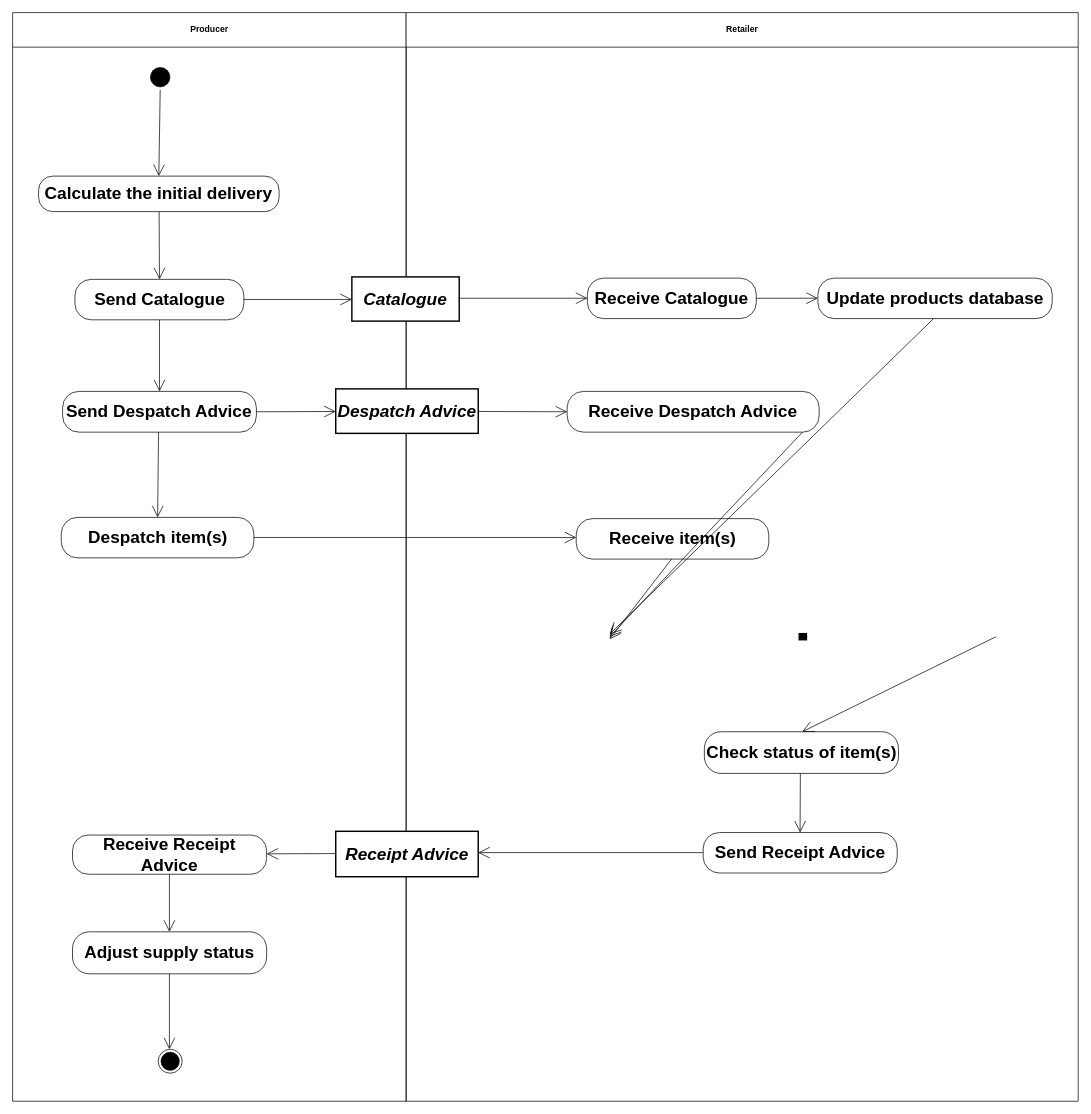
This is diagrams/UBL-2.2-VMI-InitialStocking/UBL-2.2-VMI-InitialStocking.drawio from kduvekot/ubl-work-on-svg-images, a draw.io file, before an edit. Source tidied: cells renumbered, new cells numbered last; positions are measured from the earlier drawing's top-left corner, leaving out a move shared by most shapes. Both pictures are drawn from the tidied source at 72%, with x=0, y=0 at pixel (12, 12).
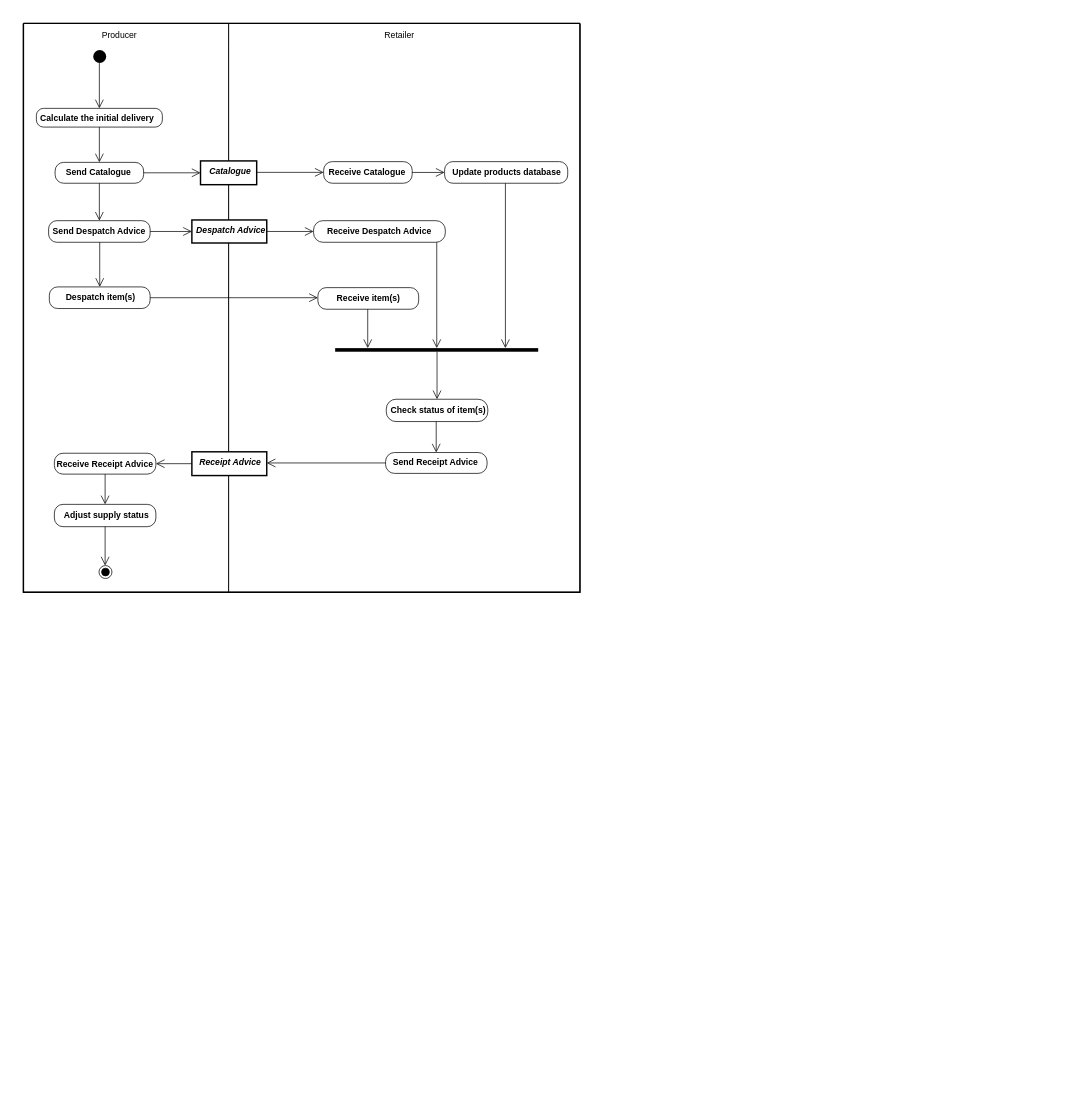
The same page after the edit.

Diff of the diagram source:
```diff
@@
+    <mxCell id="41" style="swimlane;html=1;startSize=0;whiteSpace=wrap;fillColor=none;strokeWidth=2;" parent="1" vertex="1">
+      <mxGeometry x="15" y="15" width="773" height="790" as="geometry" />
+    </mxCell>
-    <mxCell id="2" value="Producer" style="swimlane;whiteSpace=wrap;html=1;startSize=48;" parent="1" vertex="1">
-      <mxGeometry width="546.6" height="1512" as="geometry" />
+    <mxCell id="2" value="Producer" style="swimlane;horizontal=1;startSize=33;swimlaneLine=0;html=1;fillColor=none;fontSize=12;fontStyle=0;spacing=0;spacingRight=20;" parent="41" vertex="1">
+      <mxGeometry width="285" height="790" as="geometry" />
     </mxCell>
-    <mxCell id="3" value="Retailer" style="swimlane;whiteSpace=wrap;html=1;startSize=48;" parent="1" vertex="1">
-      <mxGeometry x="546.6" width="933.4" height="1512" as="geometry" />
+    <mxCell id="3" value="Retailer" style="swimlane;horizontal=1;startSize=34;swimlaneLine=0;html=1;fillColor=none;fontSize=12;fontStyle=0;spacing=0;spacingRight=14;" parent="41" vertex="1">
+      <mxGeometry x="285" width="488" height="790" as="geometry" />
     </mxCell>
-    <mxCell id="4" style="ellipse;html=1;shape=startState;fillColor=#000000;strokeColor=#000000;fontFamily=Helvetica;fontSize=24;" parent="1" vertex="1">
-      <mxGeometry x="187.5" y="72.2" width="35" height="35" as="geometry" />
+    <mxCell id="4" style="ellipse;shape=startState;fillColor=#000000;strokeColor=none;html=1;" parent="2" vertex="1">
+      <mxGeometry x="93" y="33" width="26" height="26" as="geometry" />
     </mxCell>
-    <mxCell id="5" value="Calculate the initial delivery" style="rounded=1;arcSize=40;whiteSpace=wrap;html=1;fontStyle=1;fontFamily=Helvetica;fontSize=24;" parent="1" vertex="1">
-      <mxGeometry x="36.1" y="227.1" width="334" height="49.3" as="geometry" />
+    <mxCell id="5" value="Calculate the initial delivery" style="rounded=1;absoluteArcSize=1;arcSize=20;html=1;whiteSpace=nowrap;fontSize=12;fontStyle=1;align=center;verticalAlign=middle;spacing=0;spacingRight=7;spacingTop=2;" parent="2" vertex="1">
+      <mxGeometry x="18" y="118" width="175" height="26" as="geometry" />
     </mxCell>
-    <mxCell id="6" value="Catalogue" style="rounded=0;whiteSpace=wrap;html=1;fontStyle=3;strokeWidth=2;fontFamily=Helvetica;fontSize=24;" parent="1" vertex="1">
-      <mxGeometry x="471.2" y="367.1" width="149.1" height="61.4" as="geometry" />
+    <mxCell id="6" value="Catalogue" style="rounded=0;html=1;whiteSpace=nowrap;fontSize=12;fontStyle=3;align=center;verticalAlign=middle;spacing=0;spacingLeft=3;spacingBottom=3;strokeWidth=2;" parent="3" vertex="1">
+      <mxGeometry x="-39" y="191" width="78" height="33" as="geometry" />
     </mxCell>
-    <mxCell id="7" value="Receive Catalogue" style="rounded=1;arcSize=40;whiteSpace=wrap;html=1;fontStyle=1;fontFamily=Helvetica;fontSize=24;" parent="1" vertex="1">
-      <mxGeometry x="798.3" y="368.8" width="234.6" height="56.2" as="geometry" />
+    <mxCell id="7" value="Receive Catalogue" style="rounded=1;absoluteArcSize=1;arcSize=24;html=1;whiteSpace=nowrap;fontSize=12;fontStyle=1;align=center;verticalAlign=middle;spacing=0;spacingRight=4;spacingBottom=1;" parent="3" vertex="1">
+      <mxGeometry x="132" y="192" width="123" height="30" as="geometry" />
     </mxCell>
-    <mxCell id="8" value="Update products database" style="rounded=1;arcSize=40;whiteSpace=wrap;html=1;fontStyle=1;fontFamily=Helvetica;fontSize=24;" parent="1" vertex="1">
-      <mxGeometry x="1118.5" y="368.8" width="325.4" height="56.2" as="geometry" />
+    <mxCell id="8" value="Update products database" style="rounded=1;absoluteArcSize=1;arcSize=23;html=1;whiteSpace=nowrap;fontSize=12;fontStyle=1;align=center;verticalAlign=middle;spacing=0;spacingBottom=1;" parent="3" vertex="1">
+      <mxGeometry x="300" y="192" width="171" height="30" as="geometry" />
     </mxCell>
-    <mxCell id="9" value="Send Catalogue" style="rounded=1;arcSize=40;whiteSpace=wrap;html=1;fontStyle=1;fontFamily=Helvetica;fontSize=24;" parent="1" vertex="1">
-      <mxGeometry x="86.6" y="370.5" width="234.6" height="56.2" as="geometry" />
+    <mxCell id="9" value="Send Catalogue" style="rounded=1;absoluteArcSize=1;arcSize=24;html=1;whiteSpace=nowrap;fontSize=12;fontStyle=1;align=center;verticalAlign=middle;spacing=0;spacingRight=4;spacingBottom=1;" parent="2" vertex="1">
+      <mxGeometry x="44" y="193" width="123" height="29" as="geometry" />
     </mxCell>
-    <mxCell id="10" value="Despatch Advice" style="rounded=0;whiteSpace=wrap;html=1;fontStyle=3;strokeWidth=2;fontFamily=Helvetica;fontSize=24;" parent="1" vertex="1">
-      <mxGeometry x="448.8" y="522.6" width="197.9" height="61.8" as="geometry" />
+    <mxCell id="10" value="Despatch Advice" style="rounded=0;html=1;whiteSpace=nowrap;fontSize=12;fontStyle=3;align=center;verticalAlign=middle;spacing=0;spacingLeft=3;spacingBottom=2;strokeWidth=2;" parent="3" vertex="1">
+      <mxGeometry x="-51" y="273" width="104" height="32" as="geometry" />
     </mxCell>
-    <mxCell id="11" value="Send Despatch Advice" style="rounded=1;arcSize=40;whiteSpace=wrap;html=1;fontStyle=1;fontFamily=Helvetica;fontSize=24;" parent="1" vertex="1">
-      <mxGeometry x="69.4" y="526.1" width="269.2" height="56.6" as="geometry" />
+    <mxCell id="11" value="Send Despatch Advice" style="rounded=1;absoluteArcSize=1;arcSize=23;html=1;whiteSpace=nowrap;fontSize=12;fontStyle=1;align=center;verticalAlign=middle;spacing=0;spacingRight=2;spacingBottom=1;" parent="2" vertex="1">
+      <mxGeometry x="35" y="274" width="141" height="30" as="geometry" />
     </mxCell>
-    <mxCell id="12" value="Receive Despatch Advice" style="rounded=1;arcSize=40;whiteSpace=wrap;html=1;fontStyle=1;fontFamily=Helvetica;fontSize=24;" parent="1" vertex="1">
-      <mxGeometry x="770.2" y="526.1" width="350" height="56.6" as="geometry" />
+    <mxCell id="12" value="Receive Despatch Advice" style="rounded=1;absoluteArcSize=1;arcSize=26;html=1;whiteSpace=nowrap;fontSize=12;fontStyle=1;align=center;verticalAlign=middle;spacing=0;spacingRight=2;spacingBottom=1;" parent="3" vertex="1">
+      <mxGeometry x="118" y="274" width="183" height="30" as="geometry" />
     </mxCell>
-    <mxCell id="13" value="Despatch item(s)" style="rounded=1;arcSize=40;whiteSpace=wrap;html=1;fontStyle=1;fontFamily=Helvetica;fontSize=24;" parent="1" vertex="1">
-      <mxGeometry x="67.6" y="701.1" width="267.5" height="56.2" as="geometry" />
+    <mxCell id="13" value="Despatch item(s)" style="rounded=1;absoluteArcSize=1;arcSize=23;html=1;whiteSpace=nowrap;fontSize=12;fontStyle=1;align=center;verticalAlign=middle;spacing=0;spacingLeft=2;spacingBottom=1;" parent="2" vertex="1">
+      <mxGeometry x="36" y="366" width="140" height="30" as="geometry" />
     </mxCell>
-    <mxCell id="14" value="Receive item(s)" style="rounded=1;arcSize=40;whiteSpace=wrap;html=1;fontStyle=1;fontFamily=Helvetica;fontSize=24;" parent="1" vertex="1">
-      <mxGeometry x="782.8" y="702.8" width="267.5" height="56.2" as="geometry" />
+    <mxCell id="14" value="Receive item(s)" style="rounded=1;absoluteArcSize=1;arcSize=23;html=1;whiteSpace=nowrap;fontSize=12;fontStyle=1;align=center;verticalAlign=middle;spacing=0;spacingRight=1;spacingBottom=1;" parent="3" vertex="1">
+      <mxGeometry x="124" y="367" width="140" height="30" as="geometry" />
     </mxCell>
-    <mxCell id="15" style="html=1;shape=line;direction=north;strokeWidth=12;fontFamily=Helvetica;fontSize=24;" parent="1" vertex="1">
-      <mxGeometry x="829.2" y="861.6" width="536.7" height="10.4" as="geometry" />
+    <mxCell id="15" style="html=1;points=[[0.1604,0],[0.5004,0],[0.501773,1],[0.8385,0]];perimeter=orthogonalPerimeter;fillColor=#000000;strokeColor=none;" parent="3" vertex="1">
+      <mxGeometry x="148" y="451" width="282" height="5" as="geometry" />
     </mxCell>
-    <mxCell id="16" value="Check status of item(s)" style="rounded=1;arcSize=40;whiteSpace=wrap;html=1;fontStyle=1;fontFamily=Helvetica;fontSize=24;" parent="1" vertex="1">
-      <mxGeometry x="960.8" y="998.8" width="269.6" height="57.9" as="geometry" />
+    <mxCell id="16" value="Check status of item(s)" style="rounded=1;absoluteArcSize=1;arcSize=27;html=1;whiteSpace=nowrap;fontSize=12;fontStyle=1;align=center;verticalAlign=middle;spacing=0;spacingLeft=3;spacingBottom=2;" parent="3" vertex="1">
+      <mxGeometry x="219" y="522" width="141" height="31" as="geometry" />
     </mxCell>
-    <mxCell id="17" value="Receipt Advice" style="rounded=0;whiteSpace=wrap;html=1;fontStyle=3;strokeWidth=2;fontFamily=Helvetica;fontSize=24;" parent="1" vertex="1">
-      <mxGeometry x="448.8" y="1137.1" width="197.9" height="63.1" as="geometry" />
+    <mxCell id="17" value="Receipt Advice" style="rounded=0;html=1;whiteSpace=nowrap;fontSize=12;fontStyle=3;align=center;verticalAlign=middle;spacing=0;spacingLeft=1;spacingBottom=3;strokeWidth=2;" parent="3" vertex="1">
+      <mxGeometry x="-51" y="595" width="104" height="33" as="geometry" />
     </mxCell>
-    <mxCell id="18" value="Send Receipt Advice" style="rounded=1;arcSize=40;whiteSpace=wrap;html=1;fontStyle=1;fontFamily=Helvetica;fontSize=24;" parent="1" vertex="1">
-      <mxGeometry x="959.1" y="1138.8" width="269.6" height="56.2" as="geometry" />
+    <mxCell id="18" value="Send Receipt Advice" style="rounded=1;absoluteArcSize=1;arcSize=25;html=1;whiteSpace=nowrap;fontSize=12;fontStyle=1;align=center;verticalAlign=middle;spacing=0;spacingRight=3;spacingBottom=1;" parent="3" vertex="1">
+      <mxGeometry x="218" y="596" width="141" height="29" as="geometry" />
     </mxCell>
-    <mxCell id="19" value="Receive Receipt Advice" style="rounded=1;arcSize=40;whiteSpace=wrap;html=1;fontStyle=1;fontFamily=Helvetica;fontSize=24;" parent="1" vertex="1">
-      <mxGeometry x="83.2" y="1142.3" width="269.6" height="54.4" as="geometry" />
+    <mxCell id="19" value="Receive Receipt Advice" style="rounded=1;absoluteArcSize=1;arcSize=24;html=1;whiteSpace=nowrap;fontSize=12;fontStyle=1;align=center;verticalAlign=middle;spacing=0;spacingRight=2;" parent="2" vertex="1">
+      <mxGeometry x="43" y="597" width="141" height="29" as="geometry" />
     </mxCell>
-    <mxCell id="20" value="Adjust supply status" style="rounded=1;arcSize=40;whiteSpace=wrap;html=1;fontStyle=1;fontFamily=Helvetica;fontSize=24;" parent="1" vertex="1">
-      <mxGeometry x="83.2" y="1276.7" width="269.6" height="58.3" as="geometry" />
+    <mxCell id="20" value="Adjust supply status" style="rounded=1;absoluteArcSize=1;arcSize=24;html=1;whiteSpace=nowrap;fontSize=12;fontStyle=1;align=center;verticalAlign=middle;spacing=0;spacingLeft=3;spacingBottom=2;" parent="2" vertex="1">
+      <mxGeometry x="43" y="668" width="141" height="31" as="geometry" />
     </mxCell>
-    <mxCell id="21" style="ellipse;html=1;shape=endState;fillColor=#000000;strokeColor=#000000;fontFamily=Helvetica;fontSize=24;" parent="1" vertex="1">
-      <mxGeometry x="202.2" y="1439.8" width="33.3" height="33.3" as="geometry" />
+    <mxCell id="21" style="ellipse;shape=endState;fillColor=#000000;html=1;" parent="2" vertex="1">
+      <mxGeometry x="105" y="753" width="18" height="18" as="geometry" />
     </mxCell>
-    <mxCell id="22" style="edgeStyle=none;rounded=0;html=1;endArrow=open;endFill=0;endSize=14;exitX=0.4829;exitY=1.0;entryX=0.5;entryY=0.0;" parent="1" edge="1" source="4" target="5">
+    <mxCell id="22" style="edgeStyle=none;rounded=0;html=1;endArrow=open;endFill=0;endSize=10;exitPerimeter=0;entryX=0.5;entryY=0;entryPerimeter=0;exitX=0.480769;exitY=0.8479;" parent="2" edge="1" source="4" target="5">
       <mxGeometry relative="1" as="geometry" />
     </mxCell>
-    <mxCell id="23" style="edgeStyle=none;rounded=0;html=1;endArrow=open;endFill=0;endSize=14;exitX=0.5012;exitY=1.0;entryX=0.5004;entryY=0.0;" parent="1" edge="1" source="5" target="9">
+    <mxCell id="23" style="edgeStyle=none;rounded=0;html=1;endArrow=open;endFill=0;endSize=10;exitPerimeter=0;entryX=0.5;entryY=0;entryPerimeter=0;exitX=0.5;exitY=1;" parent="2" edge="1" source="5" target="9">
       <mxGeometry relative="1" as="geometry" />
     </mxCell>
-    <mxCell id="24" style="edgeStyle=none;rounded=0;html=1;endArrow=open;endFill=0;endSize=14;exitX=1.0;exitY=0.4821;entryX=0.0;entryY=0.4964;" parent="1" edge="1" source="6" target="7">
+    <mxCell id="24" style="edgeStyle=none;rounded=0;html=1;endArrow=open;endFill=0;endSize=10;exitPerimeter=0;entryX=0;entryY=0.4966;entryPerimeter=0;exitX=1;exitY=0.481758;" parent="3" edge="1" source="6" target="7">
       <mxGeometry relative="1" as="geometry" />
     </mxCell>
-    <mxCell id="25" style="edgeStyle=none;rounded=0;html=1;endArrow=open;endFill=0;endSize=14;exitX=1.0;exitY=0.4964;entryX=0.0;entryY=0.4964;" parent="1" edge="1" source="7" target="8">
+    <mxCell id="25" style="edgeStyle=none;rounded=0;html=1;endArrow=open;endFill=0;endSize=10;exitX=1;exitY=0.5;exitPerimeter=0;entryX=0;entryY=0.5;entryPerimeter=0;" parent="3" edge="1" source="7" target="8">
       <mxGeometry relative="1" as="geometry" />
     </mxCell>
-    <mxCell id="26" style="edgeStyle=none;rounded=0;html=1;endArrow=open;endFill=0;endSize=14;exitX=1.0;exitY=0.4964;entryX=0.0;entryY=0.5098;" parent="1" edge="1" source="9" target="6">
+    <mxCell id="26" style="edgeStyle=none;rounded=0;html=1;endArrow=open;endFill=0;endSize=10;exitX=1;exitY=0.5;exitPerimeter=0;entryX=0;entryY=0.5;entryPerimeter=0;" parent="41" edge="1" source="9" target="6">
       <mxGeometry relative="1" as="geometry" />
     </mxCell>
-    <mxCell id="27" style="edgeStyle=none;rounded=0;html=1;endArrow=open;endFill=0;endSize=14;exitX=0.4935;exitY=1.0;entryX=0.8383;entryY=0.0;" parent="1" edge="1" source="8" target="15">
+    <mxCell id="27" style="edgeStyle=none;rounded=0;html=1;endArrow=open;endFill=0;endSize=10;exitPerimeter=0;entryX=0.8385;entryY=0;entryPerimeter=0;exitX=0.493901;exitY=1;" parent="3" edge="1" source="8" target="15">
       <mxGeometry relative="1" as="geometry" />
     </mxCell>
-    <mxCell id="28" style="edgeStyle=none;rounded=0;html=1;endArrow=open;endFill=0;endSize=14;exitX=0.5004;exitY=1.0;entryX=0.5;entryY=0.0;" parent="1" edge="1" source="9" target="11">
+    <mxCell id="28" style="edgeStyle=none;rounded=0;html=1;endArrow=open;endFill=0;endSize=10;exitX=0.5;exitY=1;exitPerimeter=0;entryX=0.5;entryY=0;entryPerimeter=0;" parent="2" edge="1" source="9" target="11">
       <mxGeometry relative="1" as="geometry" />
     </mxCell>
-    <mxCell id="29" style="edgeStyle=none;rounded=0;html=1;endArrow=open;endFill=0;endSize=14;exitX=1.0;exitY=0.5;entryX=0.0;entryY=0.5081;" parent="1" edge="1" source="11" target="10">
+    <mxCell id="29" style="edgeStyle=none;rounded=0;html=1;endArrow=open;endFill=0;endSize=10;exitX=1;exitY=0.5;exitPerimeter=0;entryX=0;entryY=0.5;entryPerimeter=0;" parent="41" edge="1" source="11" target="10">
       <mxGeometry relative="1" as="geometry" />
     </mxCell>
-    <mxCell id="30" style="edgeStyle=none;rounded=0;html=1;endArrow=open;endFill=0;endSize=14;exitX=1.0;exitY=0.5081;entryX=0.0;entryY=0.5;" parent="1" edge="1" source="10" target="12">
+    <mxCell id="30" style="edgeStyle=none;rounded=0;html=1;endArrow=open;endFill=0;endSize=10;exitX=1;exitY=0.5;exitPerimeter=0;entryX=0;entryY=0.5;entryPerimeter=0;" parent="3" edge="1" source="10" target="12">
       <mxGeometry relative="1" as="geometry" />
     </mxCell>
-    <mxCell id="31" style="edgeStyle=none;rounded=0;html=1;endArrow=open;endFill=0;endSize=14;exitX=0.4952;exitY=1.0;entryX=0.5002;entryY=0.0;" parent="1" edge="1" source="11" target="13">
+    <mxCell id="31" style="edgeStyle=none;rounded=0;html=1;endArrow=open;endFill=0;endSize=10;exitPerimeter=0;entryX=0.5;entryY=0;entryPerimeter=0;exitX=0.503546;exitY=1;" parent="2" edge="1" source="11" target="13">
       <mxGeometry relative="1" as="geometry" />
     </mxCell>
-    <mxCell id="32" style="edgeStyle=none;rounded=0;html=1;endArrow=open;endFill=0;endSize=14;exitX=0.934;exitY=1.0;entryX=0.5001;entryY=0.0;" parent="1" edge="1" source="12" target="15">
+    <mxCell id="32" style="edgeStyle=none;rounded=0;html=1;endArrow=open;endFill=0;endSize=10;exitPerimeter=0;entryX=0.5004;entryY=0;entryPerimeter=0;exitX=0.935043;exitY=1;" parent="3" edge="1" source="12" target="15">
       <mxGeometry relative="1" as="geometry" />
     </mxCell>
-    <mxCell id="33" style="edgeStyle=none;rounded=0;html=1;endArrow=open;endFill=0;endSize=14;exitX=1.0;exitY=0.4964;entryX=0.0;entryY=0.4662;" parent="1" edge="1" source="13" target="14">
+    <mxCell id="33" style="edgeStyle=none;rounded=0;html=1;endArrow=open;endFill=0;endSize=10;exitPerimeter=0;entryX=0;entryY=0.466;entryPerimeter=0;exitX=1;exitY=0.499333;" parent="41" edge="1" source="13" target="14">
       <mxGeometry relative="1" as="geometry" />
     </mxCell>
-    <mxCell id="34" style="edgeStyle=none;rounded=0;html=1;endArrow=open;endFill=0;endSize=14;exitX=0.495;exitY=1.0;entryX=0.1602;entryY=0.0;" parent="1" edge="1" source="14" target="15">
+    <mxCell id="34" style="edgeStyle=none;rounded=0;html=1;endArrow=open;endFill=0;endSize=10;exitPerimeter=0;entryX=0.1604;entryY=0;entryPerimeter=0;exitX=0.49452;exitY=1;" parent="3" edge="1" source="14" target="15">
       <mxGeometry relative="1" as="geometry" />
     </mxCell>
-    <mxCell id="35" style="edgeStyle=none;rounded=0;html=1;endArrow=open;endFill=0;endSize=14;exitX=0.5001;exitY=1.0;entryX=0.5041;entryY=0.0;" parent="1" edge="1" source="15" target="16">
+    <mxCell id="35" style="edgeStyle=none;rounded=0;html=1;endArrow=open;endFill=0;endSize=10;exitPerimeter=0;entryX=0.5;entryY=0;entryPerimeter=0;exitX=0.501773;exitY=1;" parent="3" edge="1" source="15" target="16">
       <mxGeometry relative="1" as="geometry" />
     </mxCell>
-    <mxCell id="36" style="edgeStyle=none;rounded=0;html=1;endArrow=open;endFill=0;endSize=14;exitX=0.4944;exitY=1.0;entryX=0.4993;entryY=0.0;" parent="1" edge="1" source="16" target="18">
+    <mxCell id="36" style="edgeStyle=none;rounded=0;html=1;endArrow=open;endFill=0;endSize=10;exitPerimeter=0;entryX=0.4989;entryY=0;entryPerimeter=0;exitX=0.491808;exitY=1;" parent="3" edge="1" source="16" target="18">
       <mxGeometry relative="1" as="geometry" />
     </mxCell>
-    <mxCell id="37" style="edgeStyle=none;rounded=0;html=1;endArrow=open;endFill=0;endSize=14;exitX=0.0;exitY=0.4964;entryX=1.0;entryY=0.4691;" parent="1" edge="1" source="18" target="17">
+    <mxCell id="37" style="edgeStyle=none;rounded=0;html=1;endArrow=open;endFill=0;endSize=10;exitX=0;exitY=0.5;exitPerimeter=0;entryPerimeter=0;entryX=1;entryY=0.469697;" parent="3" edge="1" source="18" target="17">
       <mxGeometry relative="1" as="geometry" />
     </mxCell>
-    <mxCell id="38" style="edgeStyle=none;rounded=0;html=1;endArrow=open;endFill=0;endSize=14;exitX=0.0;exitY=0.4897;entryX=1.0;entryY=0.4798;" parent="1" edge="1" source="17" target="19">
+    <mxCell id="38" style="edgeStyle=none;rounded=0;html=1;endArrow=open;endFill=0;endSize=10;exitX=0;exitY=0.5;exitPerimeter=0;entryX=1;entryY=0.5;entryPerimeter=0;" parent="41" edge="1" source="17" target="19">
       <mxGeometry relative="1" as="geometry" />
     </mxCell>
-    <mxCell id="39" style="edgeStyle=none;rounded=0;html=1;endArrow=open;endFill=0;endSize=14;exitX=0.4993;exitY=1.0;entryX=0.4993;entryY=0.0;" parent="1" edge="1" source="19" target="20">
+    <mxCell id="39" style="edgeStyle=none;rounded=0;html=1;endArrow=open;endFill=0;endSize=10;exitX=0.5;exitY=1;exitPerimeter=0;entryX=0.5;entryY=0;entryPerimeter=0;" parent="2" edge="1" source="19" target="20">
       <mxGeometry relative="1" as="geometry" />
     </mxCell>
-    <mxCell id="40" style="edgeStyle=none;rounded=0;html=1;endArrow=open;endFill=0;endSize=14;exitX=0.4993;exitY=1.0;entryX=0.4685;entryY=0.0;" parent="1" edge="1" source="20" target="21">
+    <mxCell id="40" style="edgeStyle=none;rounded=0;html=1;endArrow=open;endFill=0;endSize=10;exitX=0.5;exitY=1;exitPerimeter=0;entryPerimeter=0;entryX=0.472222;entryY=0;" parent="2" edge="1" source="20" target="21">
       <mxGeometry relative="1" as="geometry" />
     </mxCell>
```
